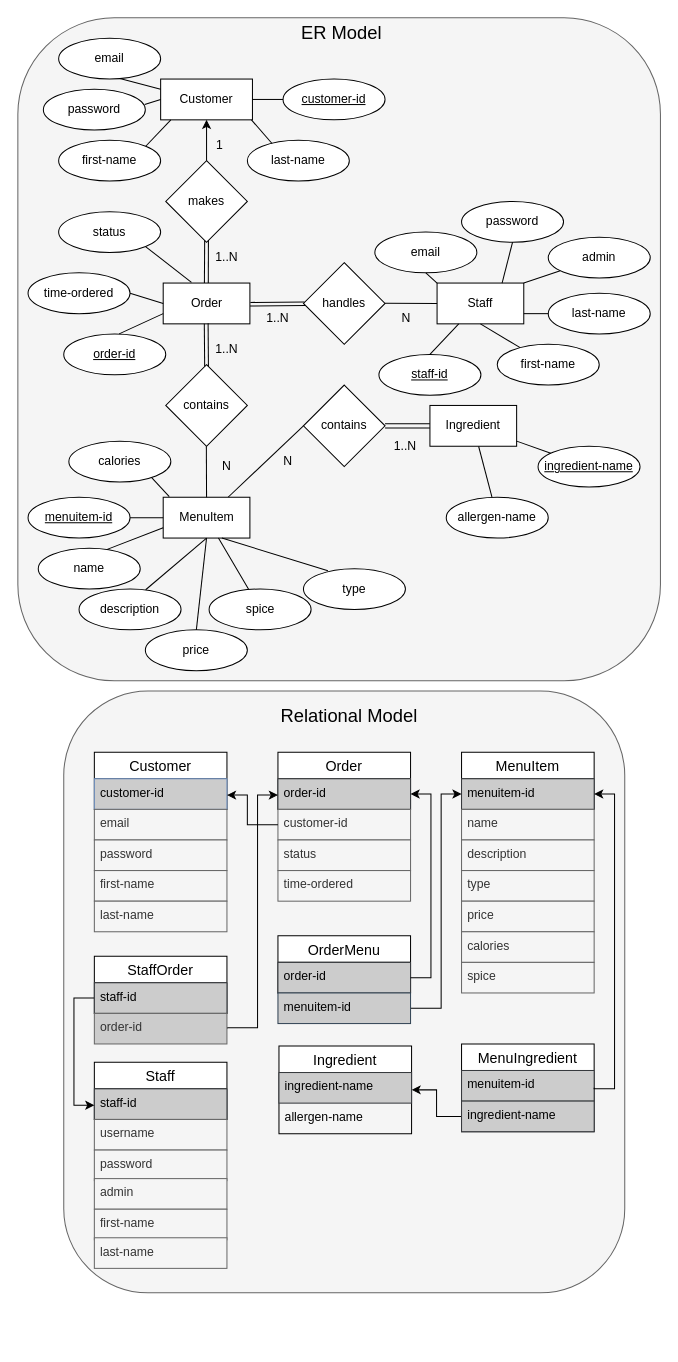
Above: backend/resources/entity_relation.drawio in Ideapersie/TeamProjec23 (draw.io), before the change. Source tidied: cells renumbered, new cells numbered last; positions are measured from the earlier drawing's top-left corner, leaving out a move shared by most shapes. Both pictures are drawn from the tidied source at 102%, with x=0, y=0 at pixel (17, 17).
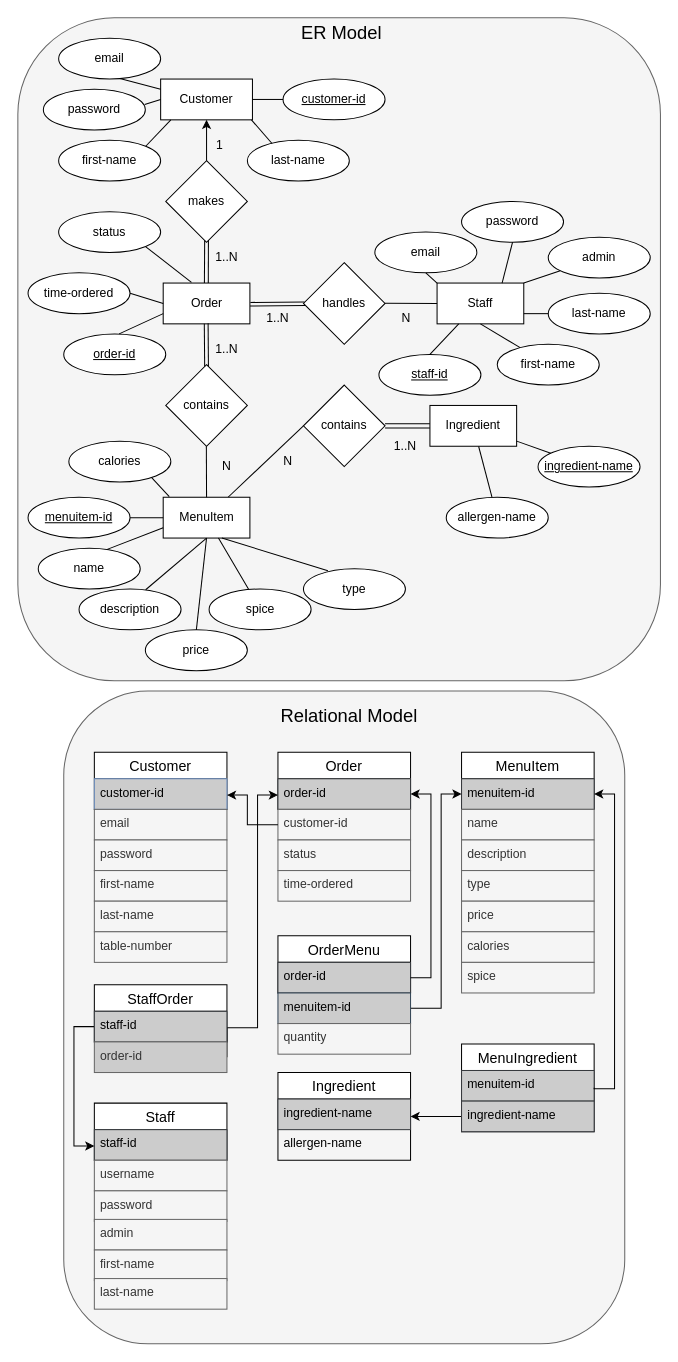
The same diagram, later.

Commit message:
Update ER diagram to reflect schema changes

Change to the diagram source:
```diff
@@
     <mxCell id="48" style="rounded=1;whiteSpace=wrap;html=1;fillColor=#f5f5f5;fontColor=#333333;strokeColor=#666666;glass=0;shadow=0;" parent="1" vertex="1">
-      <mxGeometry x="45" y="660" width="550" height="590" as="geometry" />
+      <mxGeometry x="45" y="660" width="550" height="640" as="geometry" />
     </mxCell>
@@
     <mxCell id="79" style="group;" parent="1" vertex="1">
-      <mxGeometry x="75" y="1080" width="130" height="146" as="geometry" />
+      <mxGeometry x="75" y="1120" width="130" height="146" as="geometry" />
     </mxCell>
@@
     <mxCell id="93" value="admin" style="text;strokeColor=#666666;fillColor=#f5f5f5;spacingLeft=4;spacingRight=4;overflow=hidden;fontSize=12;whiteSpace=wrap;html=1;fontColor=#333333;" parent="1" vertex="1">
-      <mxGeometry x="75" y="1138" width="130" height="30" as="geometry" />
+      <mxGeometry x="75" y="1178" width="130" height="30" as="geometry" />
     </mxCell>
@@
     <mxCell id="98" value="first-name" style="text;strokeColor=#666666;fillColor=#f5f5f5;spacingLeft=4;spacingRight=4;overflow=hidden;fontSize=12;whiteSpace=wrap;html=1;fontColor=#333333;" parent="1" vertex="1">
-      <mxGeometry x="75" y="1168" width="130" height="30" as="geometry" />
+      <mxGeometry x="75" y="1208" width="130" height="30" as="geometry" />
     </mxCell>
     <mxCell id="99" value="last-name" style="text;strokeColor=#666666;fillColor=#f5f5f5;spacingLeft=4;spacingRight=4;overflow=hidden;fontSize=12;whiteSpace=wrap;html=1;fontColor=#333333;" parent="1" vertex="1">
-      <mxGeometry x="75" y="1196" width="130" height="30" as="geometry" />
+      <mxGeometry x="75" y="1236" width="130" height="30" as="geometry" />
     </mxCell>
@@
     <mxCell id="111" value="StaffOrder" style="swimlane;fontStyle=0;horizontal=1;startSize=26;align=center;fontSize=14;" parent="1" vertex="1">
-      <mxGeometry x="75" y="920" width="130" height="56" as="geometry" />
+      <mxGeometry x="75" y="948" width="130" height="56" as="geometry" />
     </mxCell>
@@
     <mxCell id="113" value="order-id" style="text;strokeColor=#666666;fillColor=#CCCCCC;spacingLeft=4;spacingRight=4;overflow=hidden;points=[[0,0.5],[1,0.5]];portConstraint=eastwest;fontSize=12;whiteSpace=wrap;html=1;fontColor=#333333;" parent="1" vertex="1">
-      <mxGeometry x="75" y="976" width="130" height="30" as="geometry" />
+      <mxGeometry x="75" y="1004" width="130" height="30" as="geometry" />
     </mxCell>
@@
     <mxCell id="125" value="Ingredient" style="swimlane;fontStyle=0;horizontal=1;startSize=26;align=center;fontSize=14;" parent="1" vertex="1">
-      <mxGeometry x="256" y="1008" width="130" height="86" as="geometry" />
+      <mxGeometry x="255" y="1034" width="130" height="86" as="geometry" />
     </mxCell>
@@
+    <mxCell id="132" value="quantity" style="text;strokeColor=#666666;fillColor=#f5f5f5;spacingLeft=4;spacingRight=4;overflow=hidden;fontSize=12;whiteSpace=wrap;html=1;fontColor=#333333;" parent="1" vertex="1">
+      <mxGeometry x="255" y="986" width="130" height="30" as="geometry" />
+    </mxCell>
+    <mxCell id="133" value="table-number" style="text;strokeColor=#666666;fillColor=#f5f5f5;spacingLeft=4;spacingRight=4;overflow=hidden;fontSize=12;whiteSpace=wrap;html=1;fontColor=#333333;" parent="1" vertex="1">
+      <mxGeometry x="75" y="896" width="130" height="30" as="geometry" />
+    </mxCell>
```
